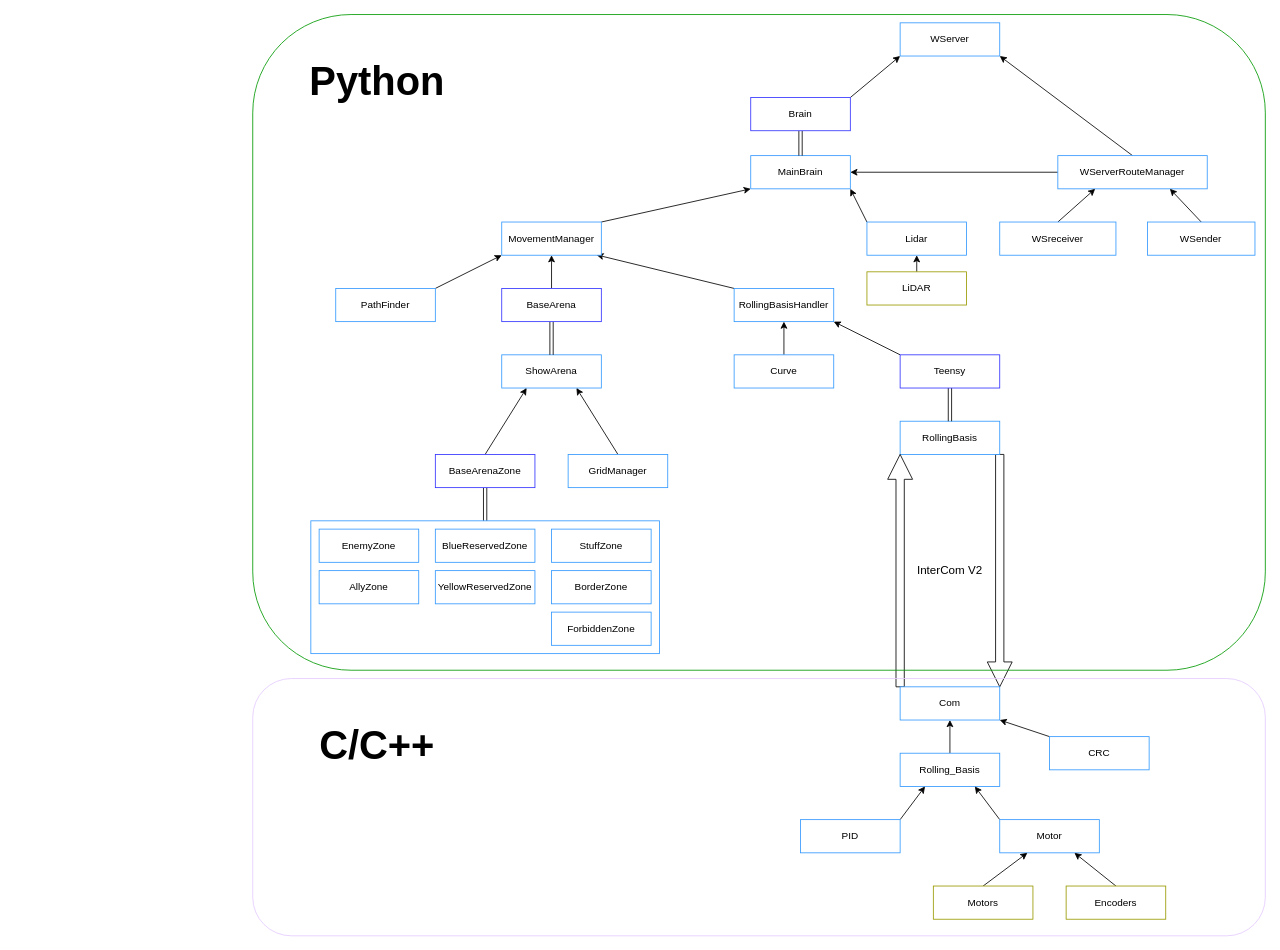
Earlier version of the draw.io diagram documentations/architecture_OOB_info.drawio (DaVinciBot/CoupeDeRobotique). Source tidied: cells renumbered, new cells numbered last; positions are measured from the earlier drawing's top-left corner, leaving out a move shared by most shapes. Both pictures are drawn from the tidied source at 83%, with x=0, y=0 at pixel (252, 14).
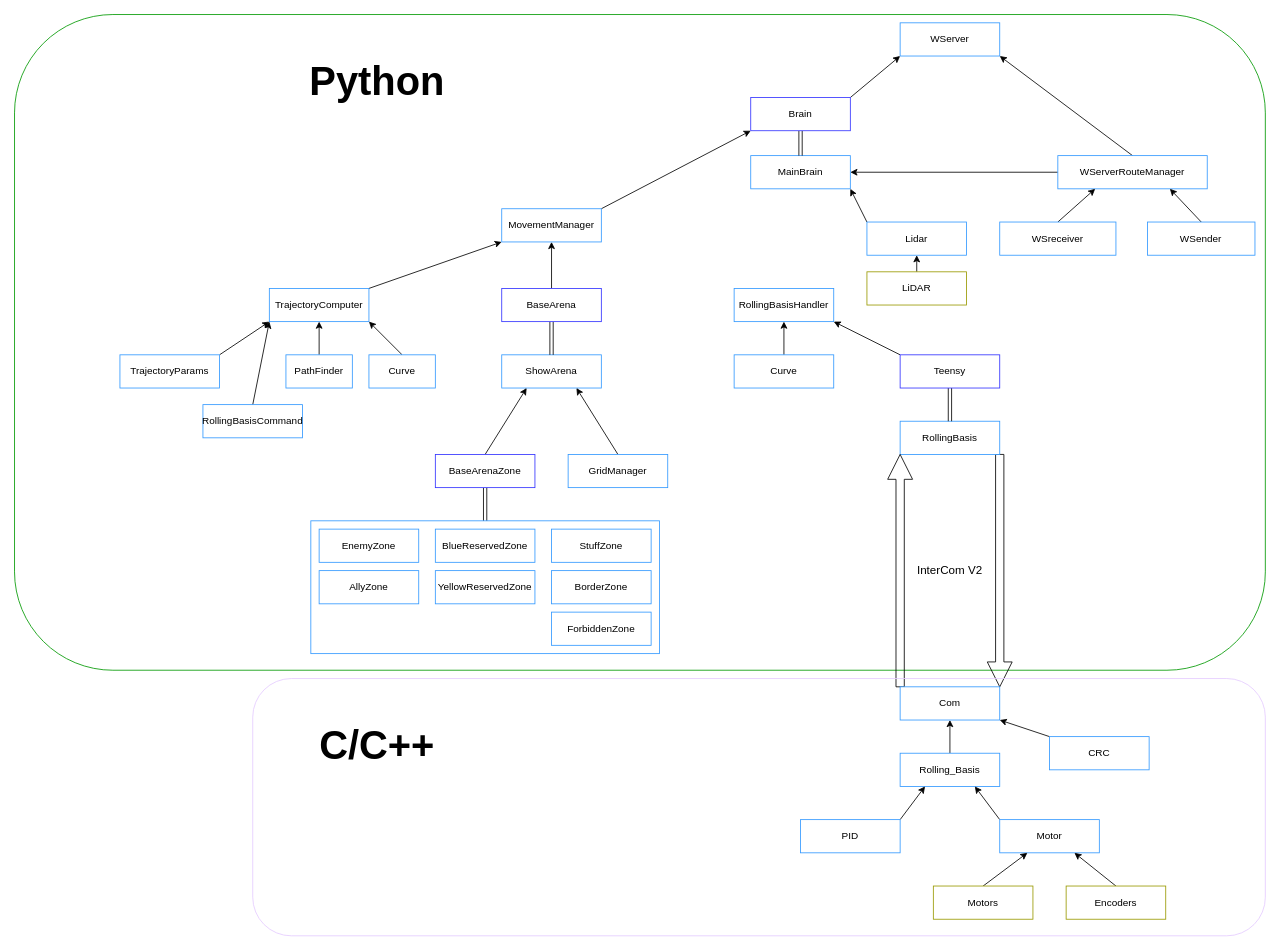
Above is the later version.

Unchanged cells that the change refers to:
```xml
<mxCell id="2" value="MainBrain" style="whiteSpace=wrap;html=1;strokeColor=#3399FF;" parent="1" vertex="1">
  <mxGeometry x="600" y="170" width="120" height="40" as="geometry" />
</mxCell>
<mxCell id="5" value="Brain" style="whiteSpace=wrap;html=1;strokeColor=#3333FF;" parent="1" vertex="1">
  <mxGeometry x="600" y="100" width="120" height="40" as="geometry" />
</mxCell>
<mxCell id="40" value="RollingBasisHandler" style="whiteSpace=wrap;html=1;strokeColor=#3399FF;" parent="1" vertex="1">
  <mxGeometry x="580" y="330" width="120" height="40" as="geometry" />
</mxCell>
```

What changed in the source:
```diff
@@
+    <mxCell id="62" style="rounded=1;whiteSpace=wrap;html=1;strokeColor=#009900;fillColor=none;" parent="1" vertex="1">
+      <mxGeometry x="-287" width="1507" height="790" as="geometry" />
+    </mxCell>
@@
-    <mxCell id="37" style="edgeStyle=none;html=1;exitX=1;exitY=0;exitDx=0;exitDy=0;entryX=0;entryY=1;entryDx=0;entryDy=0;" parent="1" edge="1" source="38" target="42">
-      <mxGeometry relative="1" as="geometry" />
-    </mxCell>
+    <mxCell id="67" style="edgeStyle=none;html=1;exitX=0.5;exitY=0;exitDx=0;exitDy=0;entryX=0.5;entryY=1;entryDx=0;entryDy=0;" parent="1" edge="1" source="38" target="70">
+      <mxGeometry relative="1" as="geometry" />
+    </mxCell>
     <mxCell id="38" value="PathFinder" style="whiteSpace=wrap;html=1;strokeColor=#3399FF;" parent="1" vertex="1">
-      <mxGeometry x="100" y="330" width="120" height="40" as="geometry" />
+      <mxGeometry x="40" y="410" width="80" height="40" as="geometry" />
     </mxCell>
-    <mxCell id="39" style="edgeStyle=none;html=1;exitX=0;exitY=0;exitDx=0;exitDy=0;entryX=0.951;entryY=0.989;entryDx=0;entryDy=0;entryPerimeter=0;" parent="1" edge="1" source="40" target="42">
-      <mxGeometry relative="1" as="geometry" />
-    </mxCell>
@@
-    <mxCell id="41" style="edgeStyle=none;html=1;exitX=1;exitY=0;exitDx=0;exitDy=0;entryX=0;entryY=1;entryDx=0;entryDy=0;" parent="1" edge="1" source="42" target="2">
-      <mxGeometry relative="1" as="geometry" />
-    </mxCell>
+    <mxCell id="68" style="edgeStyle=none;html=1;exitX=1;exitY=0;exitDx=0;exitDy=0;entryX=0;entryY=1;entryDx=0;entryDy=0;" parent="1" edge="1" source="42" target="5">
+      <mxGeometry relative="1" as="geometry" />
+    </mxCell>
     <mxCell id="42" value="MovementManager" style="whiteSpace=wrap;html=1;strokeColor=#3399FF;" parent="1" vertex="1">
-      <mxGeometry x="300" y="250" width="120" height="40" as="geometry" />
+      <mxGeometry x="300" y="234" width="120" height="40" as="geometry" />
     </mxCell>
@@
-    <mxCell id="62" style="rounded=1;whiteSpace=wrap;html=1;strokeColor=#009900;fillColor=none;" parent="1" vertex="1">
-      <mxGeometry width="1220" height="790" as="geometry" />
-    </mxCell>
@@
+    <mxCell id="69" style="edgeStyle=none;html=1;exitX=1;exitY=0;exitDx=0;exitDy=0;entryX=0;entryY=1;entryDx=0;entryDy=0;" parent="1" edge="1" source="70" target="42">
+      <mxGeometry relative="1" as="geometry" />
+    </mxCell>
+    <mxCell id="70" value="TrajectoryComputer" style="whiteSpace=wrap;html=1;strokeColor=#3399FF;" parent="1" vertex="1">
+      <mxGeometry x="20" y="330" width="120" height="40" as="geometry" />
+    </mxCell>
+    <mxCell id="71" style="edgeStyle=none;html=1;exitX=0.5;exitY=0;exitDx=0;exitDy=0;entryX=1;entryY=1;entryDx=0;entryDy=0;" parent="1" edge="1" source="72" target="70">
+      <mxGeometry relative="1" as="geometry" />
+    </mxCell>
+    <mxCell id="72" value="Curve" style="whiteSpace=wrap;html=1;strokeColor=#3399FF;" parent="1" vertex="1">
+      <mxGeometry x="140" y="410" width="80" height="40" as="geometry" />
+    </mxCell>
+    <mxCell id="73" style="edgeStyle=none;html=1;exitX=1;exitY=0;exitDx=0;exitDy=0;entryX=0;entryY=1;entryDx=0;entryDy=0;" parent="1" edge="1" source="74" target="70">
+      <mxGeometry relative="1" as="geometry" />
+    </mxCell>
+    <mxCell id="74" value="TrajectoryParams" style="whiteSpace=wrap;html=1;strokeColor=#3399FF;" parent="1" vertex="1">
+      <mxGeometry x="-160" y="410" width="120" height="40" as="geometry" />
+    </mxCell>
+    <mxCell id="75" style="edgeStyle=none;html=1;exitX=0.5;exitY=0;exitDx=0;exitDy=0;entryX=0;entryY=1;entryDx=0;entryDy=0;" parent="1" edge="1" source="76" target="70">
+      <mxGeometry relative="1" as="geometry" />
+    </mxCell>
+    <mxCell id="76" value="RollingBasisCommand" style="whiteSpace=wrap;html=1;strokeColor=#3399FF;" parent="1" vertex="1">
+      <mxGeometry x="-60" y="470" width="120" height="40" as="geometry" />
+    </mxCell>
```
